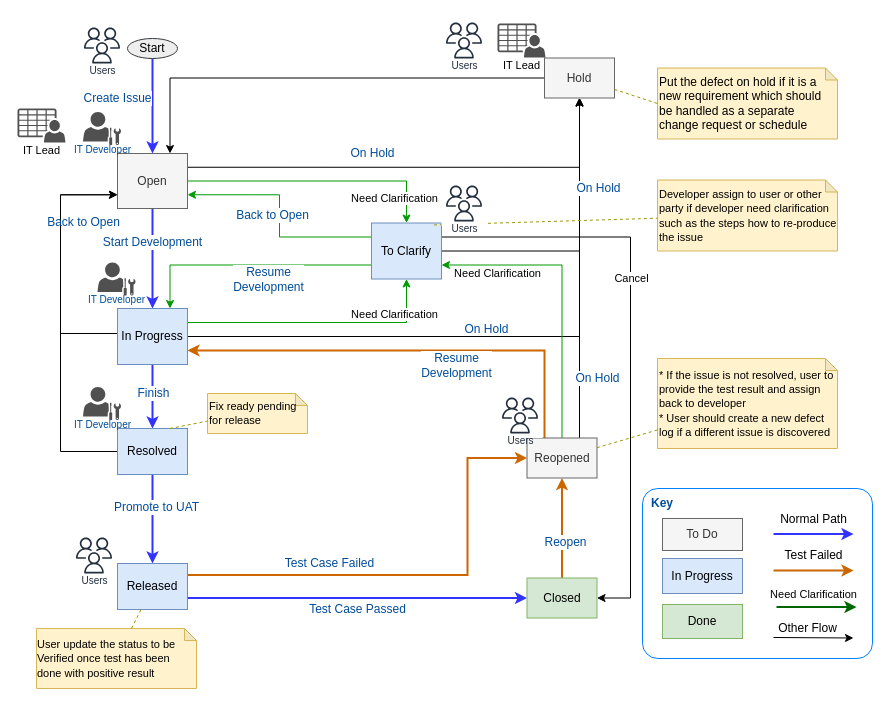
whalebig27/change-request-process-diagram keeps this draw.io diagram as Change Request Workflow.drawio. Above is the earlier version. Source tidied: cells renumbered, new cells numbered last; positions are measured from the earlier drawing's top-left corner, leaving out a move shared by most shapes. Both pictures are drawn from the tidied source at 100%, with x=0, y=0 at pixel (17, 18).
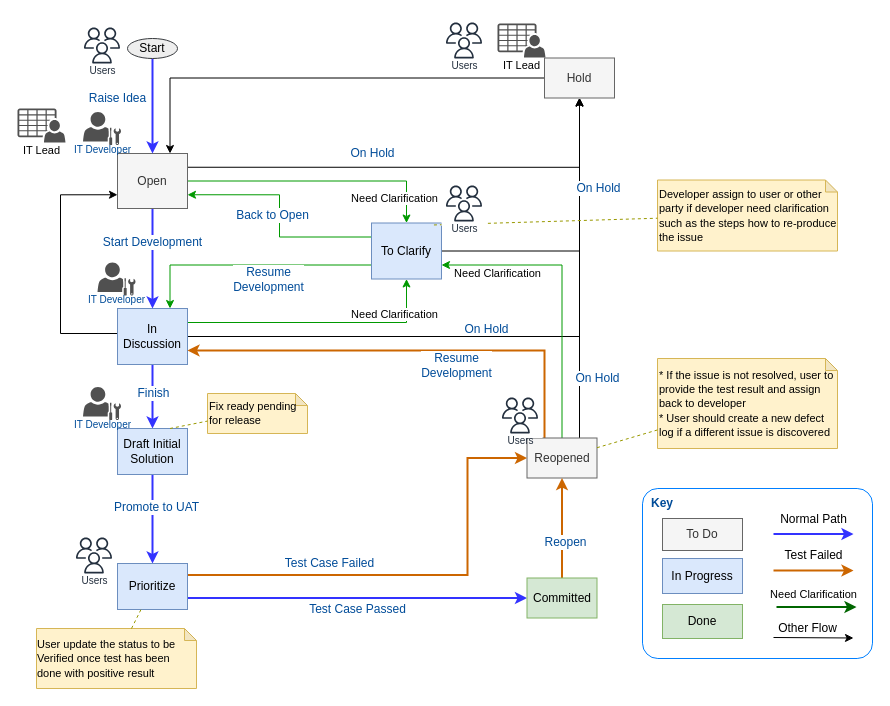
The same diagram, later.

The change refers to these unchanged cells:
```xml
<mxCell id="19" value="Open" style="rounded=0;whiteSpace=wrap;html=1;strokeColor=#666666;fontSize=12;align=center;fontColor=#333333;fillColor=#f5f5f5;" parent="1" vertex="1">
  <mxGeometry x="100" y="135" width="70" height="55" as="geometry" />
</mxCell>
<mxCell id="33" value="Hold" style="rounded=0;whiteSpace=wrap;html=1;strokeColor=#666666;fontSize=12;align=center;fontColor=#333333;fillColor=#f5f5f5;" parent="1" vertex="1">
  <mxGeometry x="527" y="39.5" width="70" height="40" as="geometry" />
</mxCell>
<mxCell id="48" value="To Clarify" style="rounded=0;whiteSpace=wrap;html=1;strokeColor=#6c8ebf;fontSize=12;align=center;fillColor=#dae8fc;" parent="1" vertex="1">
  <mxGeometry x="354" y="204.5" width="70" height="56" as="geometry" />
</mxCell>
<mxCell id="49" style="edgeStyle=orthogonalEdgeStyle;rounded=0;jettySize=auto;html=1;entryX=0.5;entryY=0;entryDx=0;entryDy=0;fontSize=12;fontColor=#004C99;strokeColor=#3333FF;strokeWidth=2;" parent="1" edge="1" source="51" target="19">
  <mxGeometry relative="1" as="geometry" />
</mxCell>
```

Change to the diagram source:
```diff
@@
-    <mxCell id="10" value="In Progress" style="rounded=0;whiteSpace=wrap;html=1;strokeColor=#6c8ebf;fontSize=12;align=center;fillColor=#dae8fc;" parent="1" vertex="1">
+    <mxCell id="10" value="In Discussion" style="rounded=0;whiteSpace=wrap;html=1;strokeColor=#6c8ebf;fontSize=12;align=center;fillColor=#dae8fc;" parent="1" vertex="1">
       <mxGeometry x="100" y="290" width="70" height="56" as="geometry" />
     </mxCell>
@@
-    <mxCell id="17" style="edgeStyle=orthogonalEdgeStyle;rounded=0;jettySize=auto;html=1;exitX=1;exitY=0.25;exitDx=0;exitDy=0;entryX=1;entryY=0.5;entryDx=0;entryDy=0;" parent="1" edge="1" source="48" target="41">
-      <mxGeometry relative="1" as="geometry">
-        <Array as="points">
-          <mxPoint x="613" y="219" />
-          <mxPoint x="613" y="580" />
-        </Array>
-      </mxGeometry>
-    </mxCell>
-    <mxCell id="18" value="Cancel" style="text;html=1;align=center;verticalAlign=middle;labelBackgroundColor=#ffffff;fontSize=11;" parent="17" vertex="1">
-      <mxGeometry x="-0.27" relative="1" as="geometry">
-        <mxPoint y="17" as="offset" />
-      </mxGeometry>
-    </mxCell>
@@
-    <mxCell id="20" style="edgeStyle=orthogonalEdgeStyle;rounded=0;jettySize=auto;html=1;entryX=0;entryY=0.75;entryDx=0;entryDy=0;fontSize=12;fontColor=#004C99;exitX=0;exitY=0.5;exitDx=0;exitDy=0;" parent="1" edge="1" source="24" target="19">
-      <mxGeometry relative="1" as="geometry">
-        <Array as="points">
-          <mxPoint x="43" y="433" />
-          <mxPoint x="43" y="176" />
-        </Array>
-      </mxGeometry>
-    </mxCell>
-    <mxCell id="21" value="Back to Open" style="text;html=1;align=center;verticalAlign=middle;labelBackgroundColor=none;fontSize=12;fontColor=#004C99;" parent="20" vertex="1">
-      <mxGeometry x="-0.39" y="-3" relative="1" as="geometry">
-        <mxPoint x="19.5" y="-173.5" as="offset" />
-      </mxGeometry>
-    </mxCell>
@@
-    <mxCell id="24" value="Resolved" style="rounded=0;whiteSpace=wrap;html=1;strokeColor=#6c8ebf;fontSize=12;align=center;fillColor=#dae8fc;" parent="1" vertex="1">
+    <mxCell id="24" value="Draft Initial Solution" style="rounded=0;whiteSpace=wrap;html=1;strokeColor=#6c8ebf;fontSize=12;align=center;fillColor=#dae8fc;" parent="1" vertex="1">
       <mxGeometry x="100" y="410" width="70" height="46" as="geometry" />
     </mxCell>
@@
-    <mxCell id="38" value="Released" style="rounded=0;whiteSpace=wrap;html=1;strokeColor=#6c8ebf;fontSize=12;align=center;fillColor=#dae8fc;" parent="1" vertex="1">
+    <mxCell id="38" value="Prioritize" style="rounded=0;whiteSpace=wrap;html=1;strokeColor=#6c8ebf;fontSize=12;align=center;fillColor=#dae8fc;" parent="1" vertex="1">
       <mxGeometry x="100" y="545" width="70" height="46" as="geometry" />
     </mxCell>
@@
-    <mxCell id="41" value="Closed" style="rounded=0;whiteSpace=wrap;html=1;strokeColor=#82b366;fontSize=12;align=center;fillColor=#d5e8d4;" parent="1" vertex="1">
+    <mxCell id="41" value="Committed" style="rounded=0;whiteSpace=wrap;html=1;strokeColor=#82b366;fontSize=12;align=center;fillColor=#d5e8d4;" parent="1" vertex="1">
       <mxGeometry x="509.5" y="559.5" width="70" height="40" as="geometry" />
     </mxCell>
@@
-    <mxCell id="50" value="Create Issue" style="text;html=1;align=center;verticalAlign=middle;labelBackgroundColor=#ffffff;fontSize=12;fontColor=#004C99;" parent="49" vertex="1">
+    <mxCell id="50" value="Raise Idea" style="text;html=1;align=center;verticalAlign=middle;labelBackgroundColor=#ffffff;fontSize=12;fontColor=#004C99;" parent="49" vertex="1">
       <mxGeometry y="-17" relative="1" as="geometry">
         <mxPoint x="-19" y="-8.5" as="offset" />
       </mxGeometry>
     </mxCell>
@@
-    <mxCell id="73" value="&lt;div style=&quot;text-align: left&quot;&gt;Put the defect on hold if it is a new requirement which should be handled as a separate change request or schedule&lt;br&gt;&lt;/div&gt;" style="shape=note;whiteSpace=wrap;html=1;backgroundOutline=1;darkOpacity=0.05;strokeColor=#d6b656;fontSize=12;align=left;size=12;fillColor=#fff2cc;" parent="1" vertex="1">
-      <mxGeometry x="640" y="49.5" width="180" height="71" as="geometry" />
-    </mxCell>
-    <mxCell id="74" style="endArrow=none;dashed=1;html=1;fontSize=12;fontColor=#004C99;entryX=0;entryY=0.5;entryDx=0;entryDy=0;entryPerimeter=0;strokeColor=#999900;" parent="1" edge="1" source="33" target="73">
-      <mxGeometry relative="1" as="geometry" />
-    </mxCell>
```
